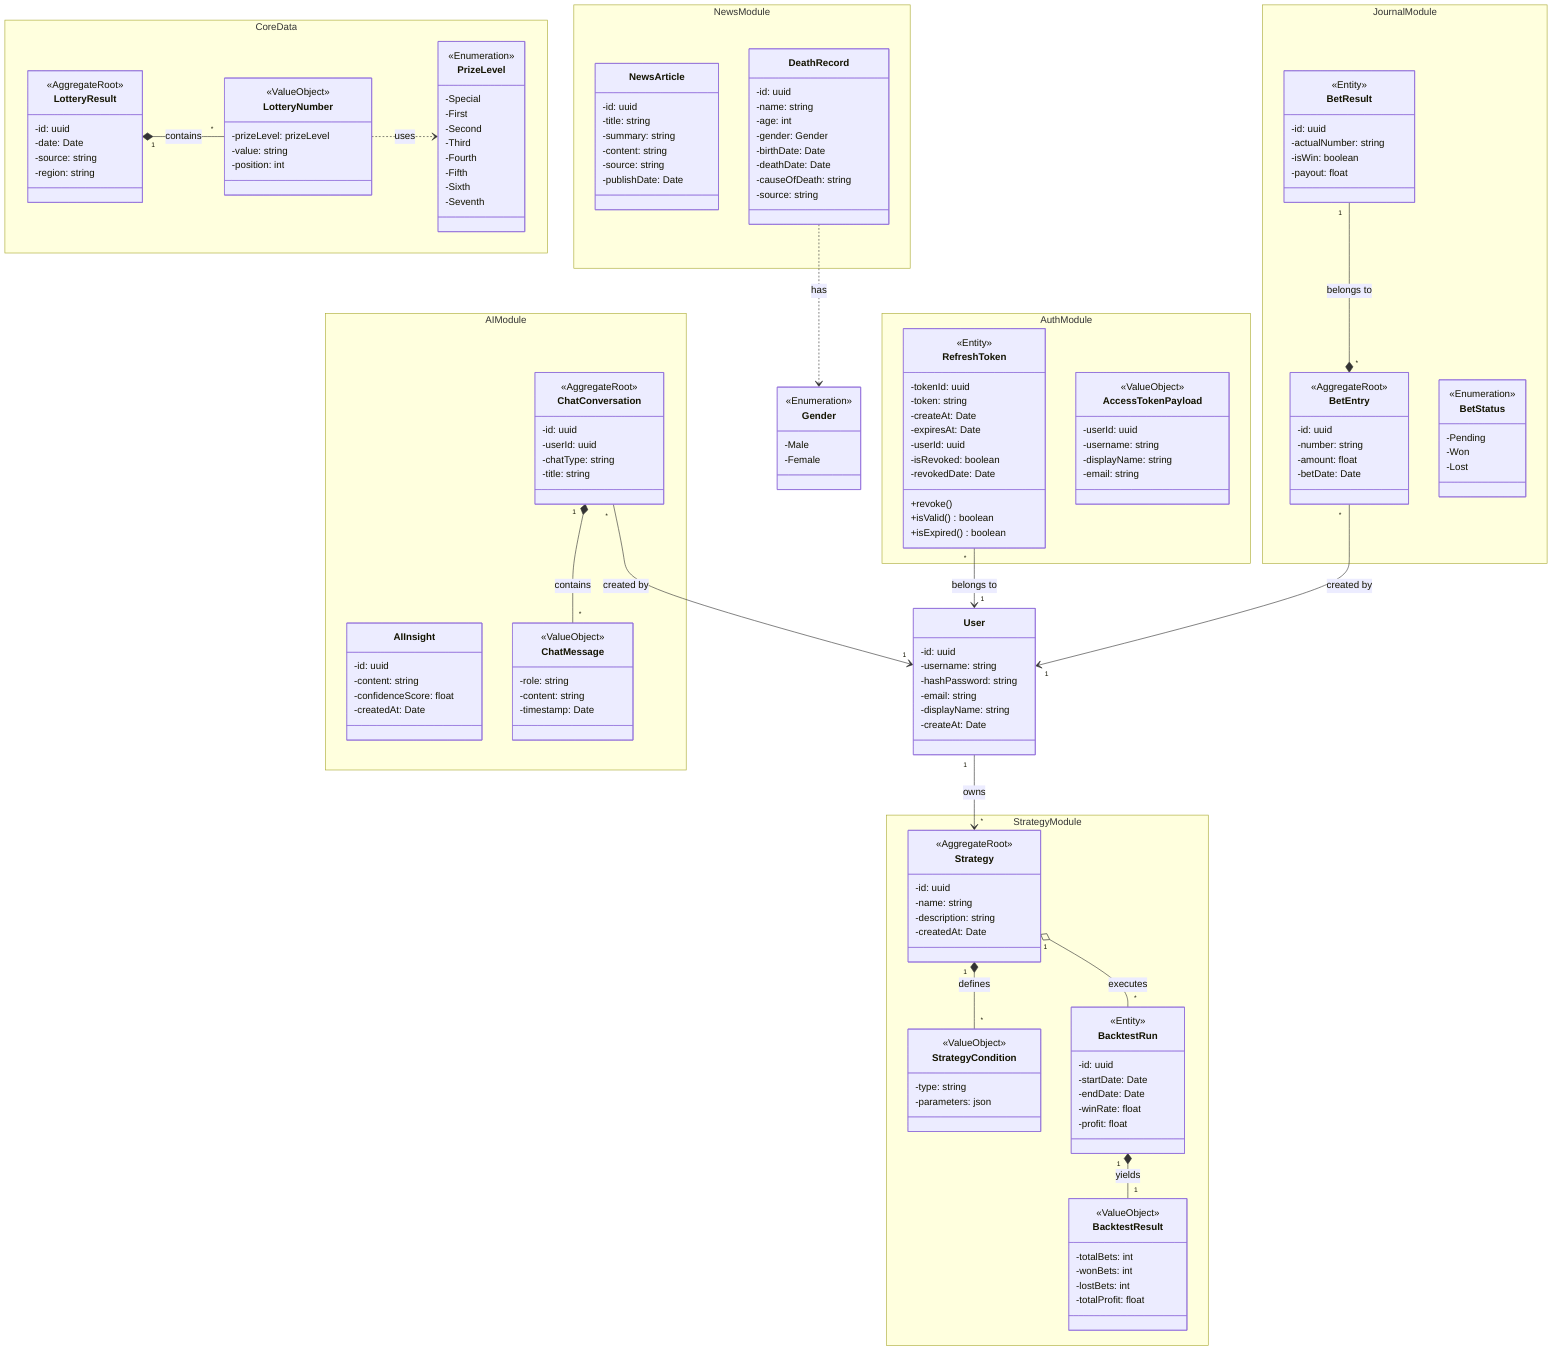
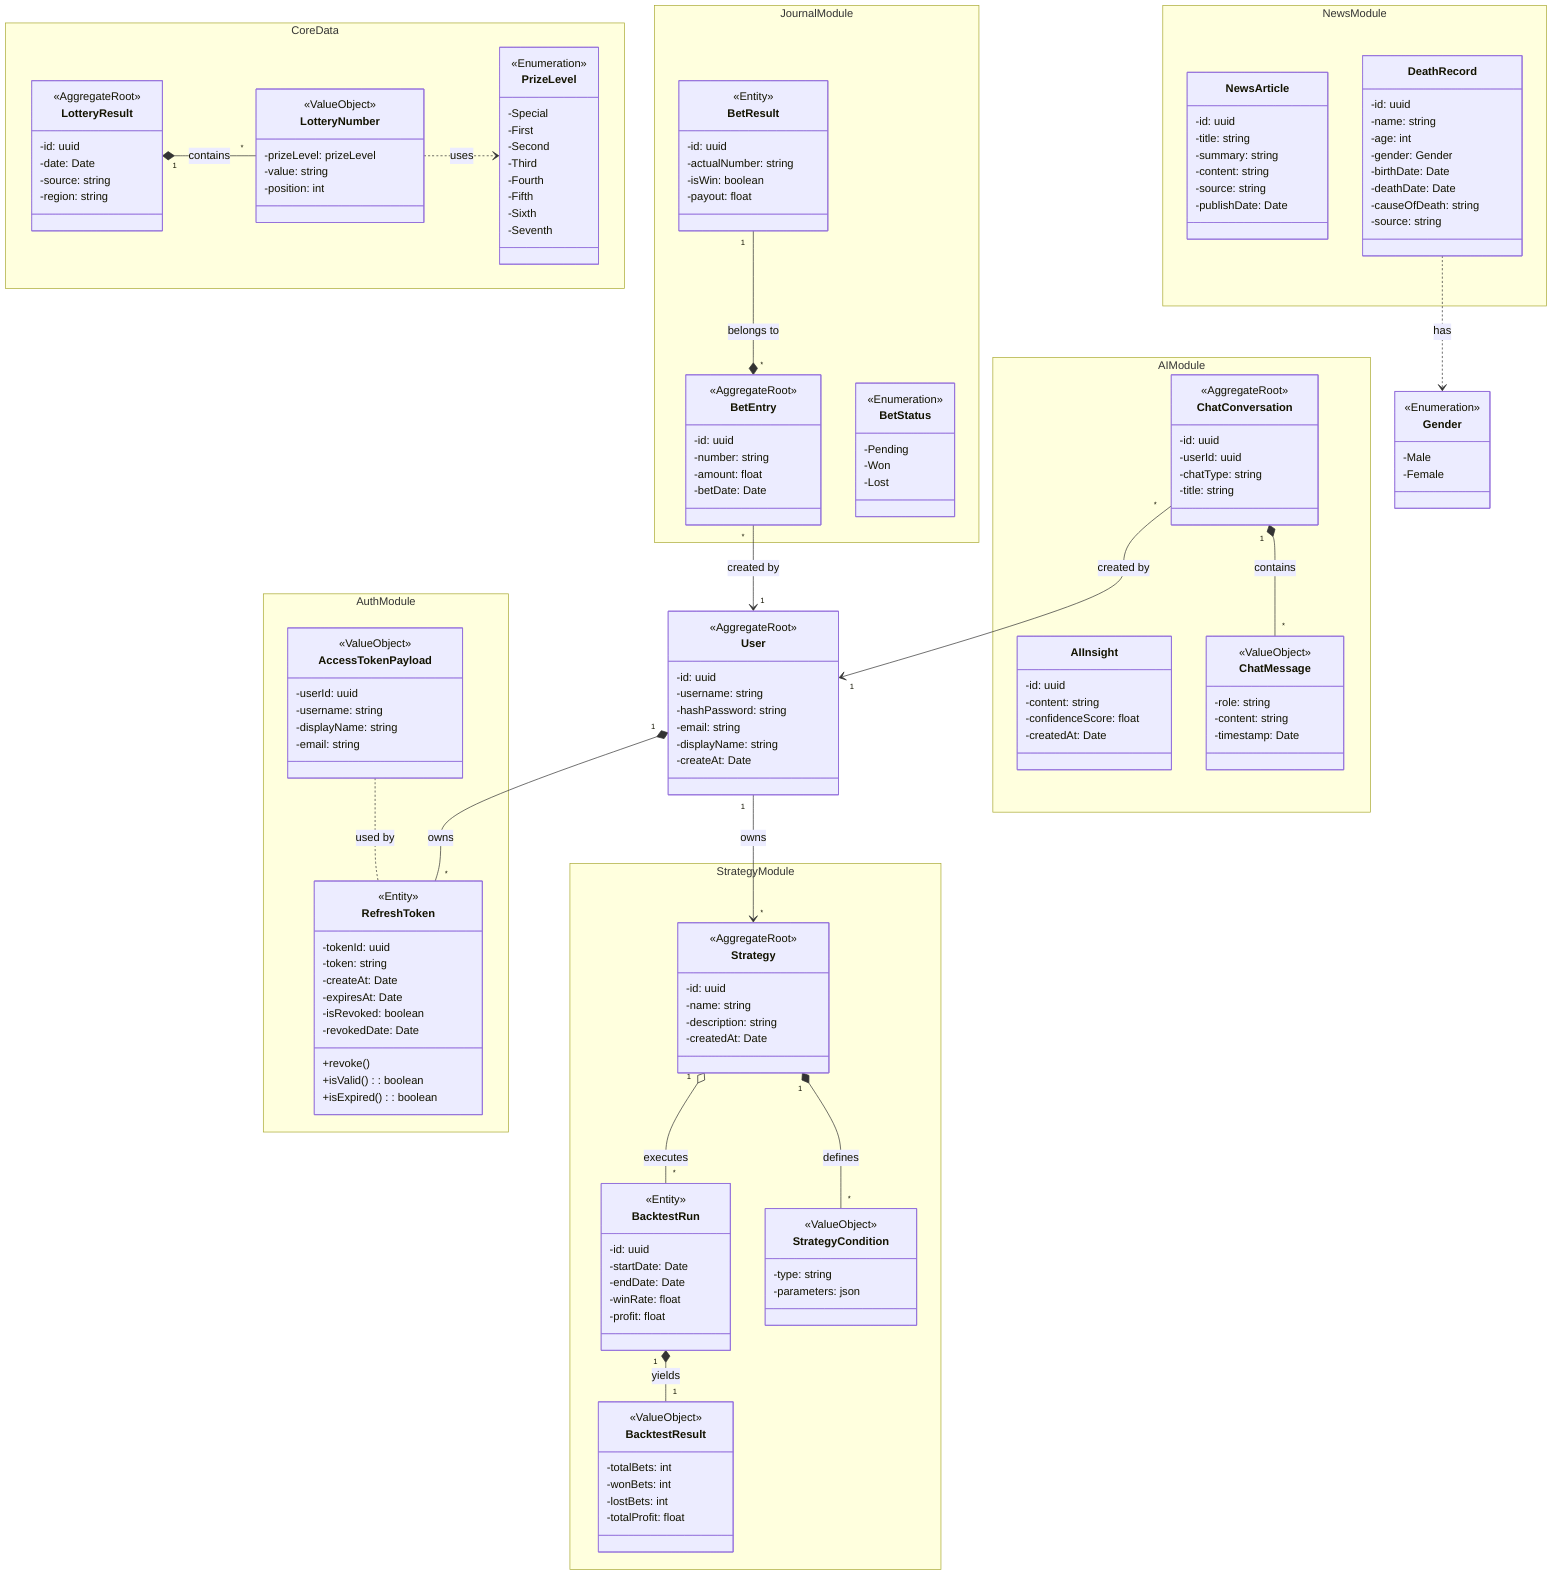
classDiagram
    class User {
+         <<AggregateRoot>>
        -id: uuid
        -username: string
        -hashPassword: string
        -email: string
        -displayName: string
        -createAt: Date
-           }
+     }

    class Gender {
        -Male
        -Female
    }

    <<Enumeration>> Gender

    namespace AuthModule {
        class RefreshToken {
+             <<Entity>>
            -tokenId: uuid
            -token: string
            -createAt: Date
            -expiresAt: Date
-             -userId: uuid
            -isRevoked: boolean
            -revokedDate: Date
            +revoke()
-             +isValid() boolean
-             +isExpired() boolean
+             +isValid(): boolean
+             +isExpired(): boolean
        }

        class AccessTokenPayload {
+             <<ValueObject>>
            -userId: uuid
            -username: string
            -displayName: string
            -email: string
        }
    }

-     <<Entity>> RefreshToken
-     <<ValueObject>> AccessTokenPayload
- 
-     RefreshToken "*" --> "1" User : belongs to
+     User "1" *-- "*" RefreshToken : owns
+     AccessTokenPayload .. RefreshToken : used by

    namespace CoreData {
        class LotteryResult {
            -id: uuid
            -date: Date
            -source: string
            -region: string
        }

        class LotteryNumber {
            -prizeLevel: prizeLevel
            -value: string
            -position: int
        }

        class PrizeLevel {
            -Special
            -First
            -Second
            -Third
            -Fourth
            -Fifth
            -Sixth
            -Seventh
        }
    }

    <<AggregateRoot>> LotteryResult
    <<ValueObject>> LotteryNumber
    <<Enumeration>> PrizeLevel

    LotteryResult "1" *-- "*" LotteryNumber : contains
    LotteryNumber ..> PrizeLevel : uses

    namespace NewsModule {
        class NewsArticle {
            -id: uuid
            -title: string
            -summary: string
            -content: string
            -source: string
            -publishDate: Date
        }
        class DeathRecord {
            -id: uuid
            -name: string
            -age: int
            -gender: Gender
            -birthDate: Date
            -deathDate: Date
            -causeOfDeath: string
            -source: string
        }
    }

    DeathRecord ..> Gender : has

    namespace StrategyModule {
        class Strategy {
            -id: uuid
            -name: string
            -description: string
            -createdAt: Date
        }
        class StrategyCondition {
            -type: string
            -parameters: json
        }
        class BacktestRun {
            -id: uuid
            -startDate: Date
            -endDate: Date
            -winRate: float
            -profit: float
        }
        class BacktestResult {
            -totalBets: int
            -wonBets: int
            -lostBets: int
            -totalProfit: float
        }
    }

    <<AggregateRoot>> Strategy
    <<ValueObject>> StrategyCondition
    <<Entity>> BacktestRun
    <<ValueObject>> BacktestResult

    Strategy "1" *-- "*" StrategyCondition : defines
    Strategy "1" o-- "*" BacktestRun : executes
    BacktestRun "1" *-- "1" BacktestResult : yields
    User "1" --> "*" Strategy : owns


    namespace JournalModule {
        class BetEntry {
            -id: uuid
            -number: string
            -amount: float
            -betDate: Date
        }
        class BetResult {
            -id: uuid
            -actualNumber: string
            -isWin: boolean
            -payout: float
        }
        class BetStatus {
            -Pending
            -Won
            -Lost
        }
    }

    <<AggregateRoot>> BetEntry
    <<Entity>> BetResult
    <<Enumeration>> BetStatus

    BetResult "1" --* "*" BetEntry : belongs to
    BetEntry "*" --> "1" User : created by

    namespace AIModule {
        class AIInsight {
            -id: uuid
            -content: string
            -confidenceScore: float
            -createdAt: Date
        }
        class ChatConversation {
            <<AggregateRoot>>
            -id: uuid
            -userId: uuid
            -chatType: string
            -title: string
        }
        class ChatMessage {
            <<ValueObject>>
            -role: string
            -content: string
            -timestamp: Date
        }
    }

    ChatConversation "1" *-- "*" ChatMessage : contains
    ChatConversation "*" --> "1" User : created by

